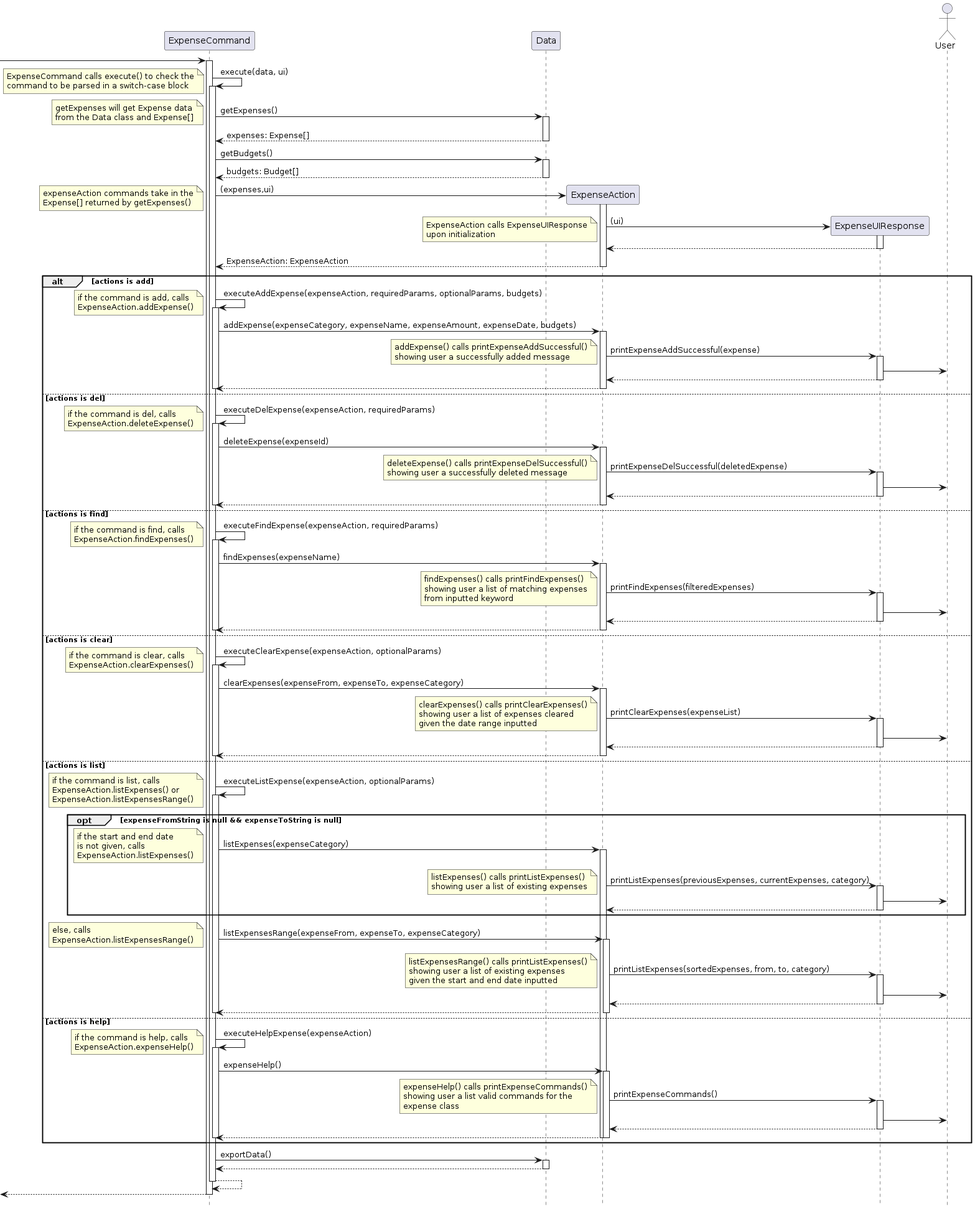
stephenkyang/tp keeps this PlantUML diagram as docs/images/ExpenseCommandSequence.png. Above is the earlier version. The source it was exported from:
```plantuml
@startuml

hide footbox

participant ExpenseCommand
participant Data
participant ExpenseAction
participant ExpenseUIResponse
actor User

 -> "ExpenseCommand":

activate "ExpenseCommand"
"ExpenseCommand" -> "ExpenseCommand": execute(data, ui)
note left
    ExpenseCommand calls execute() to check the
    command to be parsed in a switch-case block
 end note
activate  "ExpenseCommand"
"ExpenseCommand" -> "Data": getExpenses()
note left
    getExpenses will get Expense data
    from the Data class and Expense[]
end note
activate "Data"
return expenses: Expense[]
deactivate "Data"
"ExpenseCommand" -> "Data": getBudgets()
activate "Data"
return budgets: Budget[]
deactivate "Data"

"ExpenseCommand" -> "ExpenseAction" ** : (expenses,ui)
note left
    expenseAction commands take in the
    Expense[] returned by getExpenses()
end note
activate "ExpenseAction"

"ExpenseAction" -> "ExpenseUIResponse" ** : (ui)
note left
    ExpenseAction calls ExpenseUIResponse
    upon initialization
end note
activate "ExpenseUIResponse"
"ExpenseUIResponse" --> "ExpenseAction"
deactivate "ExpenseUIResponse"

return ExpenseAction: ExpenseAction
deactivate "ExpenseAction"


alt actions is add
"ExpenseCommand" -> "ExpenseCommand": executeAddExpense(expenseAction, requiredParams, optionalParams, budgets)
note left
    if the command is add, calls
    ExpenseAction.addExpense()
end note
activate "ExpenseCommand"
"ExpenseCommand" -> "ExpenseAction" : addExpense(expenseCategory, expenseName, expenseAmount, expenseDate, budgets)
activate "ExpenseAction"
"ExpenseAction" -> "ExpenseUIResponse" : printExpenseAddSuccessful(expense)
note left
    addExpense() calls printExpenseAddSuccessful()
    showing user a successfully added message
end note
activate "ExpenseUIResponse"
"ExpenseUIResponse" -> User
return
return

deactivate "ExpenseCommand"

else actions is del
"ExpenseCommand" -> "ExpenseCommand": executeDelExpense(expenseAction, requiredParams)
note left
    if the command is del, calls
    ExpenseAction.deleteExpense()
end note
activate "ExpenseCommand"
"ExpenseCommand" -> "ExpenseAction" : deleteExpense(expenseId)
activate "ExpenseAction"
"ExpenseAction" -> "ExpenseUIResponse" : printExpenseDelSuccessful(deletedExpense)
note left
    deleteExpense() calls printExpenseDelSuccessful()
    showing user a successfully deleted message
end note
activate "ExpenseUIResponse"
"ExpenseUIResponse" -> User
return
return

deactivate "ExpenseCommand"

else actions is find
"ExpenseCommand" -> "ExpenseCommand": executeFindExpense(expenseAction, requiredParams)
note left
    if the command is find, calls
    ExpenseAction.findExpenses()
end note
activate "ExpenseCommand"
"ExpenseCommand" -> "ExpenseAction" : findExpenses(expenseName)
activate "ExpenseAction"
"ExpenseAction" -> "ExpenseUIResponse" : printFindExpenses(filteredExpenses)
note left
    findExpenses() calls printFindExpenses()
    showing user a list of matching expenses
    from inputted keyword
end note
activate "ExpenseUIResponse"
"ExpenseUIResponse" -> User
return
return

deactivate "ExpenseCommand"

else actions is clear
"ExpenseCommand" -> "ExpenseCommand": executeClearExpense(expenseAction, optionalParams)
note left
    if the command is clear, calls
    ExpenseAction.clearExpenses()
end note
activate "ExpenseCommand"
"ExpenseCommand" -> "ExpenseAction" : clearExpenses(expenseFrom, expenseTo, expenseCategory)
activate "ExpenseAction"
"ExpenseAction" -> "ExpenseUIResponse" : printClearExpenses(expenseList)
note left
    clearExpenses() calls printClearExpenses()
    showing user a list of expenses cleared
    given the date range inputted
end note
activate "ExpenseUIResponse"
"ExpenseUIResponse" -> User
return
return

deactivate "ExpenseCommand"

else actions is list
"ExpenseCommand" -> "ExpenseCommand": executeListExpense(expenseAction, optionalParams)
note left
    if the command is list, calls
    ExpenseAction.listExpenses() or
    ExpenseAction.listExpensesRange()
end note
activate "ExpenseCommand"

opt expenseFromString is null && expenseToString is null
"ExpenseCommand" -> "ExpenseAction" : listExpenses(expenseCategory)
note left
    if the start and end date
    is not given, calls
    ExpenseAction.listExpenses()
end note
activate "ExpenseAction"
"ExpenseAction" -> "ExpenseUIResponse" : printListExpenses(previousExpenses, currentExpenses, category)
note left
    listExpenses() calls printListExpenses()
    showing user a list of existing expenses
end note
activate "ExpenseUIResponse"
"ExpenseUIResponse" -> User
return
end


"ExpenseCommand" -> "ExpenseAction" : listExpensesRange(expenseFrom, expenseTo, expenseCategory)
note left
    else, calls
    ExpenseAction.listExpensesRange()
end note
activate "ExpenseAction"
"ExpenseAction" -> "ExpenseUIResponse" : printListExpenses(sortedExpenses, from, to, category)
note left
    listExpensesRange() calls printListExpenses()
    showing user a list of existing expenses
    given the start and end date inputted
end note
activate "ExpenseUIResponse"



"ExpenseUIResponse" -> User
return
return

deactivate "ExpenseCommand"

else actions is help
"ExpenseCommand" -> "ExpenseCommand": executeHelpExpense(expenseAction)
note left
    if the command is help, calls
    ExpenseAction.expenseHelp()
end note
activate "ExpenseCommand"
"ExpenseCommand" -> "ExpenseAction" : expenseHelp()
activate "ExpenseAction"
"ExpenseAction" -> "ExpenseUIResponse" : printExpenseCommands()
note left
    expenseHelp() calls printExpenseCommands()
    showing user a list valid commands for the
    expense class
end note
activate "ExpenseUIResponse"
"ExpenseUIResponse" -> User
return
return

deactivate "ExpenseCommand"
end

"ExpenseCommand" -> "Data": exportData()
activate "Data"
return
deactivate "Data"

"ExpenseCommand" --> "ExpenseCommand"
deactivate "ExpenseCommand"

<-- "ExpenseCommand"
deactivate "ExpenseCommand"

@enduml
```
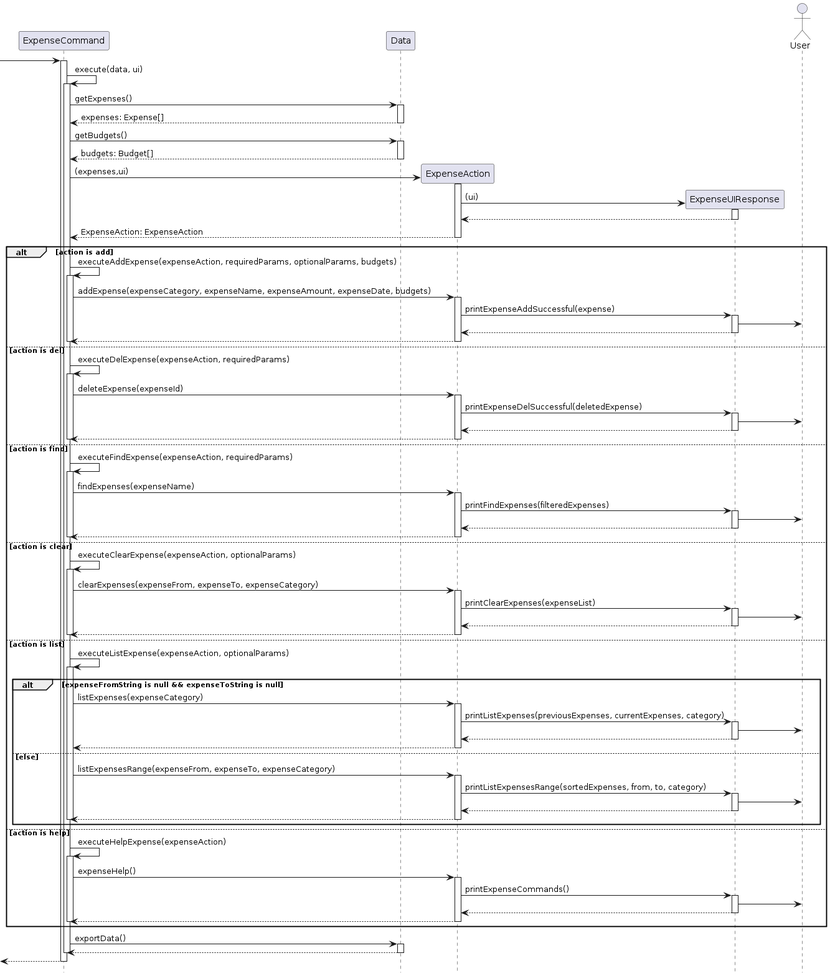
The same diagram one commit later.

The edit, as a diff of the source:
```diff
@@ -12,16 +12,8 @@
 
 activate "ExpenseCommand"
 "ExpenseCommand" -> "ExpenseCommand": execute(data, ui)
-note left
-    ExpenseCommand calls execute() to check the
-    command to be parsed in a switch-case block
- end note
 activate  "ExpenseCommand"
 "ExpenseCommand" -> "Data": getExpenses()
-note left
-    getExpenses will get Expense data
-    from the Data class and Expense[]
-end note
 activate "Data"
 return expenses: Expense[]
 deactivate "Data"
@@ -31,17 +23,9 @@
 deactivate "Data"
 
 "ExpenseCommand" -> "ExpenseAction" ** : (expenses,ui)
-note left
-    expenseAction commands take in the
-    Expense[] returned by getExpenses()
-end note
 activate "ExpenseAction"
 
 "ExpenseAction" -> "ExpenseUIResponse" ** : (ui)
-note left
-    ExpenseAction calls ExpenseUIResponse
-    upon initialization
-end note
 activate "ExpenseUIResponse"
 "ExpenseUIResponse" --> "ExpenseAction"
 deactivate "ExpenseUIResponse"
@@ -50,20 +34,12 @@
 deactivate "ExpenseAction"
 
 
-alt actions is add
+alt action is add
 "ExpenseCommand" -> "ExpenseCommand": executeAddExpense(expenseAction, requiredParams, optionalParams, budgets)
-note left
-    if the command is add, calls
-    ExpenseAction.addExpense()
-end note
 activate "ExpenseCommand"
 "ExpenseCommand" -> "ExpenseAction" : addExpense(expenseCategory, expenseName, expenseAmount, expenseDate, budgets)
 activate "ExpenseAction"
 "ExpenseAction" -> "ExpenseUIResponse" : printExpenseAddSuccessful(expense)
-note left
-    addExpense() calls printExpenseAddSuccessful()
-    showing user a successfully added message
-end note
 activate "ExpenseUIResponse"
 "ExpenseUIResponse" -> User
 return
@@ -71,20 +47,12 @@
 
 deactivate "ExpenseCommand"
 
-else actions is del
+else action is del
 "ExpenseCommand" -> "ExpenseCommand": executeDelExpense(expenseAction, requiredParams)
-note left
-    if the command is del, calls
-    ExpenseAction.deleteExpense()
-end note
 activate "ExpenseCommand"
 "ExpenseCommand" -> "ExpenseAction" : deleteExpense(expenseId)
 activate "ExpenseAction"
 "ExpenseAction" -> "ExpenseUIResponse" : printExpenseDelSuccessful(deletedExpense)
-note left
-    deleteExpense() calls printExpenseDelSuccessful()
-    showing user a successfully deleted message
-end note
 activate "ExpenseUIResponse"
 "ExpenseUIResponse" -> User
 return
@@ -92,21 +60,12 @@
 
 deactivate "ExpenseCommand"
 
-else actions is find
+else action is find
 "ExpenseCommand" -> "ExpenseCommand": executeFindExpense(expenseAction, requiredParams)
-note left
-    if the command is find, calls
-    ExpenseAction.findExpenses()
-end note
 activate "ExpenseCommand"
 "ExpenseCommand" -> "ExpenseAction" : findExpenses(expenseName)
 activate "ExpenseAction"
 "ExpenseAction" -> "ExpenseUIResponse" : printFindExpenses(filteredExpenses)
-note left
-    findExpenses() calls printFindExpenses()
-    showing user a list of matching expenses
-    from inputted keyword
-end note
 activate "ExpenseUIResponse"
 "ExpenseUIResponse" -> User
 return
@@ -114,21 +73,12 @@
 
 deactivate "ExpenseCommand"
 
-else actions is clear
+else action is clear
 "ExpenseCommand" -> "ExpenseCommand": executeClearExpense(expenseAction, optionalParams)
-note left
-    if the command is clear, calls
-    ExpenseAction.clearExpenses()
-end note
 activate "ExpenseCommand"
 "ExpenseCommand" -> "ExpenseAction" : clearExpenses(expenseFrom, expenseTo, expenseCategory)
 activate "ExpenseAction"
 "ExpenseAction" -> "ExpenseUIResponse" : printClearExpenses(expenseList)
-note left
-    clearExpenses() calls printClearExpenses()
-    showing user a list of expenses cleared
-    given the date range inputted
-end note
 activate "ExpenseUIResponse"
 "ExpenseUIResponse" -> User
 return
@@ -136,71 +86,36 @@
 
 deactivate "ExpenseCommand"
 
-else actions is list
+else action is list
 "ExpenseCommand" -> "ExpenseCommand": executeListExpense(expenseAction, optionalParams)
-note left
-    if the command is list, calls
-    ExpenseAction.listExpenses() or
-    ExpenseAction.listExpensesRange()
-end note
 activate "ExpenseCommand"
 
-opt expenseFromString is null && expenseToString is null
+alt expenseFromString is null && expenseToString is null
 "ExpenseCommand" -> "ExpenseAction" : listExpenses(expenseCategory)
-note left
-    if the start and end date
-    is not given, calls
-    ExpenseAction.listExpenses()
-end note
 activate "ExpenseAction"
 "ExpenseAction" -> "ExpenseUIResponse" : printListExpenses(previousExpenses, currentExpenses, category)
-note left
-    listExpenses() calls printListExpenses()
-    showing user a list of existing expenses
-end note
 activate "ExpenseUIResponse"
-"ExpenseUIResponse" -> User
-return
-end
-
-
-"ExpenseCommand" -> "ExpenseAction" : listExpensesRange(expenseFrom, expenseTo, expenseCategory)
-note left
-    else, calls
-    ExpenseAction.listExpensesRange()
-end note
-activate "ExpenseAction"
-"ExpenseAction" -> "ExpenseUIResponse" : printListExpenses(sortedExpenses, from, to, category)
-note left
-    listExpensesRange() calls printListExpenses()
-    showing user a list of existing expenses
-    given the start and end date inputted
-end note
-activate "ExpenseUIResponse"
-
-
-
 "ExpenseUIResponse" -> User
 return
 return
 
+else else
+"ExpenseCommand" -> "ExpenseAction" : listExpensesRange(expenseFrom, expenseTo, expenseCategory)
+activate "ExpenseAction"
+"ExpenseAction" -> "ExpenseUIResponse" : printListExpensesRange(sortedExpenses, from, to, category)
+activate "ExpenseUIResponse"
+"ExpenseUIResponse" -> User
+return
+return
 deactivate "ExpenseCommand"
+end
 
-else actions is help
+else action is help
 "ExpenseCommand" -> "ExpenseCommand": executeHelpExpense(expenseAction)
-note left
-    if the command is help, calls
-    ExpenseAction.expenseHelp()
-end note
 activate "ExpenseCommand"
 "ExpenseCommand" -> "ExpenseAction" : expenseHelp()
 activate "ExpenseAction"
 "ExpenseAction" -> "ExpenseUIResponse" : printExpenseCommands()
-note left
-    expenseHelp() calls printExpenseCommands()
-    showing user a list valid commands for the
-    expense class
-end note
 activate "ExpenseUIResponse"
 "ExpenseUIResponse" -> User
 return
@@ -214,10 +129,7 @@
 return
 deactivate "Data"
 
-"ExpenseCommand" --> "ExpenseCommand"
 deactivate "ExpenseCommand"
-
-<-- "ExpenseCommand"
+ <-- "ExpenseCommand":
 deactivate "ExpenseCommand"
-
 @enduml
```
